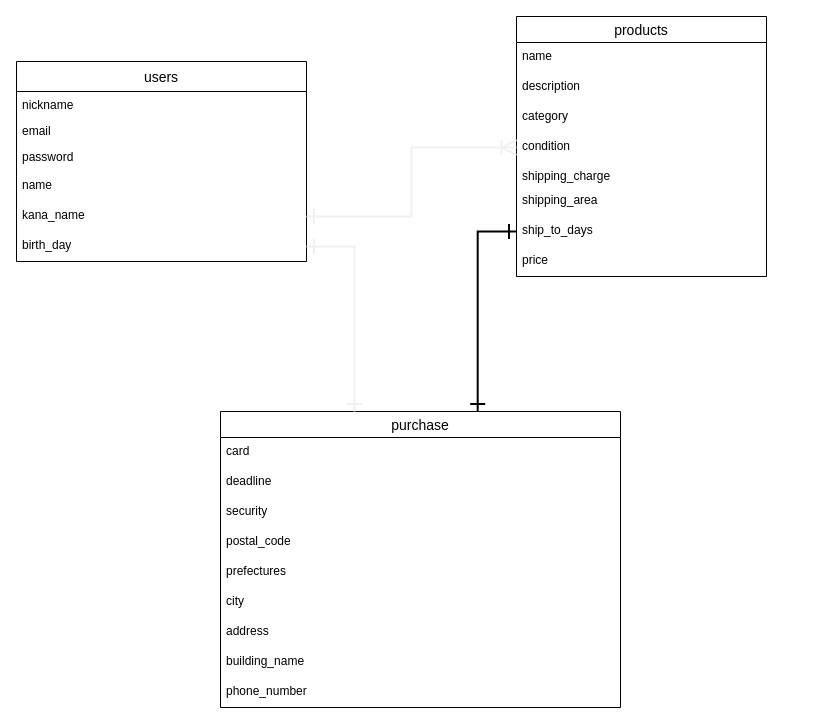
Before: test.dio in takuzoo0/furima-35226, a draw.io diagram. Source tidied: cells renumbered, new cells numbered last; positions are measured from the earlier drawing's top-left corner, leaving out a move shared by most shapes. Both pictures are drawn from the tidied source at 100%, with x=0, y=0 at pixel (16, 16).
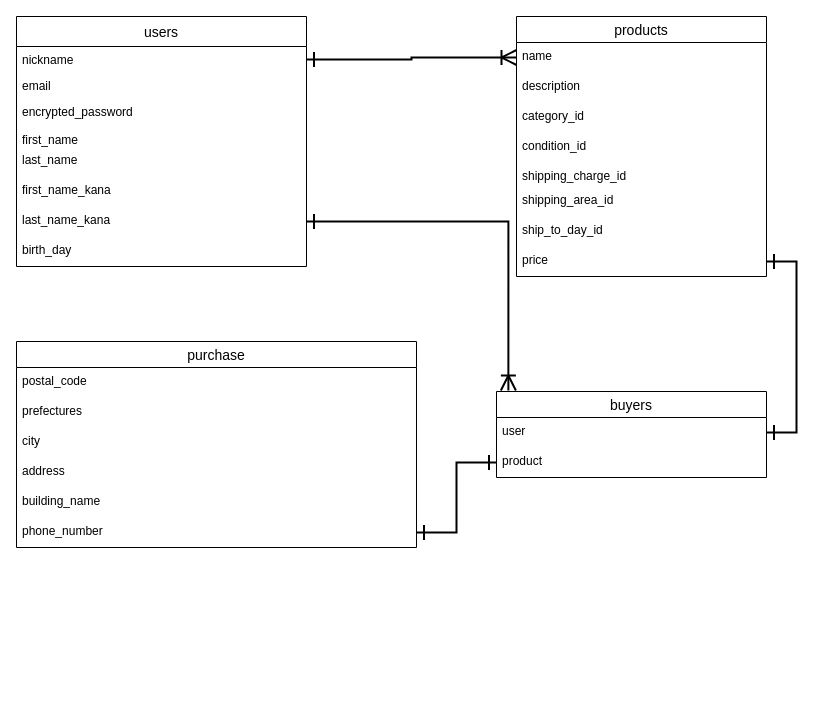
Above is the later version.

Commit message (it also covers changes not shown here):
ER図とREADMEの修正

Unchanged cells that the change refers to:
```xml
<mxCell id="3" value="nickname" style="text;strokeColor=none;fillColor=none;spacingLeft=4;spacingRight=4;overflow=hidden;points=[[0,0.5],[1,0.5]];portConstraint=eastwest;fontSize=12;" parent="2" vertex="1">
  <mxGeometry y="30" width="290" height="26" as="geometry" />
</mxCell>
<mxCell id="9" value="products" style="swimlane;fontStyle=0;horizontal=1;startSize=26;align=center;fontSize=14;" parent="1" vertex="1">
  <mxGeometry x="500" width="250" height="260" as="geometry" />
</mxCell>
<mxCell id="10" value="name" style="text;strokeColor=none;fillColor=none;spacingLeft=4;spacingRight=4;overflow=hidden;points=[[0,0.5],[1,0.5]];portConstraint=eastwest;fontSize=12;" parent="9" vertex="1">
  <mxGeometry y="26" width="250" height="30" as="geometry" />
</mxCell>
<mxCell id="17" value="price" style="text;strokeColor=none;fillColor=none;spacingLeft=4;spacingRight=4;overflow=hidden;points=[[0,0.5],[1,0.5]];portConstraint=eastwest;fontSize=12;" parent="9" vertex="1">
  <mxGeometry y="230" width="250" height="30" as="geometry" />
</mxCell>
```

Diff of the diagram source:
```diff
@@
     <mxCell id="2" value="users" style="swimlane;fontStyle=0;horizontal=1;startSize=30;align=center;fontSize=14;direction=east;" parent="1" vertex="1">
-      <mxGeometry y="45" width="290" height="200" as="geometry" />
+      <mxGeometry width="290" height="250" as="geometry" />
     </mxCell>
@@
-    <mxCell id="5" value="password" style="text;strokeColor=none;fillColor=none;spacingLeft=4;spacingRight=4;overflow=hidden;fontSize=12;" parent="2" vertex="1">
+    <mxCell id="5" value="encrypted_password" style="text;strokeColor=none;fillColor=none;spacingLeft=4;spacingRight=4;overflow=hidden;fontSize=12;" parent="2" vertex="1">
       <mxGeometry y="82" width="290" height="28" as="geometry" />
     </mxCell>
-    <mxCell id="6" value="name" style="text;strokeColor=none;fillColor=none;spacingLeft=4;spacingRight=4;overflow=hidden;fontSize=12;" parent="2" vertex="1">
-      <mxGeometry y="110" width="290" height="30" as="geometry" />
+    <mxCell id="6" value="first_name" style="text;strokeColor=none;fillColor=none;spacingLeft=4;spacingRight=4;overflow=hidden;fontSize=12;" parent="2" vertex="1">
+      <mxGeometry y="110" width="290" height="20" as="geometry" />
     </mxCell>
+    <mxCell id="31" value="last_name" style="text;strokeColor=none;fillColor=none;spacingLeft=4;spacingRight=4;overflow=hidden;fontSize=12;" parent="2" vertex="1">
+      <mxGeometry y="130" width="290" height="30" as="geometry" />
+    </mxCell>
-    <mxCell id="7" value="kana_name" style="text;strokeColor=none;fillColor=none;spacingLeft=4;spacingRight=4;overflow=hidden;points=[[0,0.5],[1,0.5]];portConstraint=eastwest;fontSize=12;" parent="2" vertex="1">
-      <mxGeometry y="140" width="290" height="30" as="geometry" />
+    <mxCell id="7" value="first_name_kana" style="text;strokeColor=none;fillColor=none;spacingLeft=4;spacingRight=4;overflow=hidden;points=[[0,0.5],[1,0.5]];portConstraint=eastwest;fontSize=12;" parent="2" vertex="1">
+      <mxGeometry y="160" width="290" height="30" as="geometry" />
     </mxCell>
+    <mxCell id="32" value="last_name_kana" style="text;strokeColor=none;fillColor=none;spacingLeft=4;spacingRight=4;overflow=hidden;points=[[0,0.5],[1,0.5]];portConstraint=eastwest;fontSize=12;" parent="2" vertex="1">
+      <mxGeometry y="190" width="290" height="30" as="geometry" />
+    </mxCell>
     <mxCell id="8" value="birth_day" style="text;strokeColor=none;fillColor=none;spacingLeft=4;spacingRight=4;overflow=hidden;points=[[0,0.5],[1,0.5]];portConstraint=eastwest;fontSize=12;" parent="2" vertex="1">
-      <mxGeometry y="170" width="290" height="30" as="geometry" />
+      <mxGeometry y="220" width="290" height="30" as="geometry" />
     </mxCell>
@@
-    <mxCell id="12" value="category" style="text;strokeColor=none;fillColor=none;spacingLeft=4;spacingRight=4;overflow=hidden;fontSize=12;" parent="9" vertex="1">
+    <mxCell id="12" value="category_id" style="text;strokeColor=none;fillColor=none;spacingLeft=4;spacingRight=4;overflow=hidden;fontSize=12;" parent="9" vertex="1">
       <mxGeometry y="86" width="250" height="30" as="geometry" />
     </mxCell>
-    <mxCell id="13" value="condition" style="text;strokeColor=none;fillColor=none;spacingLeft=4;spacingRight=4;overflow=hidden;points=[[0,0.5],[1,0.5]];portConstraint=eastwest;fontSize=12;" parent="9" vertex="1">
+    <mxCell id="13" value="condition_id" style="text;strokeColor=none;fillColor=none;spacingLeft=4;spacingRight=4;overflow=hidden;points=[[0,0.5],[1,0.5]];portConstraint=eastwest;fontSize=12;" parent="9" vertex="1">
       <mxGeometry y="116" width="250" height="30" as="geometry" />
     </mxCell>
-    <mxCell id="14" value="shipping_charge" style="text;strokeColor=none;fillColor=none;spacingLeft=4;spacingRight=4;overflow=hidden;fontSize=12;" parent="9" vertex="1">
+    <mxCell id="14" value="shipping_charge_id" style="text;strokeColor=none;fillColor=none;spacingLeft=4;spacingRight=4;overflow=hidden;fontSize=12;" parent="9" vertex="1">
       <mxGeometry y="146" width="250" height="24" as="geometry" />
     </mxCell>
-    <mxCell id="15" value="shipping_area" style="text;strokeColor=none;fillColor=none;spacingLeft=4;spacingRight=4;overflow=hidden;fontSize=12;" parent="9" vertex="1">
+    <mxCell id="15" value="shipping_area_id" style="text;strokeColor=none;fillColor=none;spacingLeft=4;spacingRight=4;overflow=hidden;fontSize=12;" parent="9" vertex="1">
       <mxGeometry y="170" width="250" height="30" as="geometry" />
     </mxCell>
-    <mxCell id="16" value="ship_to_days" style="text;strokeColor=none;fillColor=none;spacingLeft=4;spacingRight=4;overflow=hidden;points=[[0,0.5],[1,0.5]];portConstraint=eastwest;fontSize=12;" parent="9" vertex="1">
+    <mxCell id="16" value="ship_to_day_id" style="text;strokeColor=none;fillColor=none;spacingLeft=4;spacingRight=4;overflow=hidden;points=[[0,0.5],[1,0.5]];portConstraint=eastwest;fontSize=12;" parent="9" vertex="1">
       <mxGeometry y="200" width="250" height="30" as="geometry" />
     </mxCell>
@@
     <mxCell id="18" value="purchase" style="swimlane;fontStyle=0;horizontal=1;startSize=26;align=center;fontSize=14;" parent="1" vertex="1">
-      <mxGeometry x="204" y="395" width="400" height="296" as="geometry" />
+      <mxGeometry y="325" width="400" height="206" as="geometry" />
     </mxCell>
-    <mxCell id="19" value="card" style="text;strokeColor=none;fillColor=none;spacingLeft=4;spacingRight=4;overflow=hidden;fontSize=12;" parent="18" vertex="1">
-      <mxGeometry y="26" width="400" height="30" as="geometry" />
-    </mxCell>
-    <mxCell id="20" value="deadline" style="text;strokeColor=none;fillColor=none;spacingLeft=4;spacingRight=4;overflow=hidden;fontSize=12;" parent="18" vertex="1">
-      <mxGeometry y="56" width="400" height="30" as="geometry" />
-    </mxCell>
-    <mxCell id="21" value="security" style="text;strokeColor=none;fillColor=none;spacingLeft=4;spacingRight=4;overflow=hidden;fontSize=12;" parent="18" vertex="1">
-      <mxGeometry y="86" width="400" height="30" as="geometry" />
-    </mxCell>
     <mxCell id="22" value="postal_code" style="text;strokeColor=none;fillColor=none;spacingLeft=4;spacingRight=4;overflow=hidden;fontSize=12;" parent="18" vertex="1">
-      <mxGeometry y="116" width="400" height="30" as="geometry" />
+      <mxGeometry y="26" width="400" height="30" as="geometry" />
     </mxCell>
     <mxCell id="23" value="prefectures" style="text;strokeColor=none;fillColor=none;spacingLeft=4;spacingRight=4;overflow=hidden;fontSize=12;" parent="18" vertex="1">
-      <mxGeometry y="146" width="400" height="30" as="geometry" />
+      <mxGeometry y="56" width="400" height="30" as="geometry" />
     </mxCell>
     <mxCell id="24" value="city" style="text;strokeColor=none;fillColor=none;spacingLeft=4;spacingRight=4;overflow=hidden;fontSize=12;" parent="18" vertex="1">
-      <mxGeometry y="176" width="400" height="30" as="geometry" />
+      <mxGeometry y="86" width="400" height="30" as="geometry" />
     </mxCell>
     <mxCell id="25" value="address" style="text;strokeColor=none;fillColor=none;spacingLeft=4;spacingRight=4;overflow=hidden;fontSize=12;" parent="18" vertex="1">
-      <mxGeometry y="206" width="400" height="30" as="geometry" />
+      <mxGeometry y="116" width="400" height="30" as="geometry" />
     </mxCell>
     <mxCell id="26" value="building_name" style="text;strokeColor=none;fillColor=none;spacingLeft=4;spacingRight=4;overflow=hidden;fontSize=12;" parent="18" vertex="1">
-      <mxGeometry y="236" width="400" height="30" as="geometry" />
+      <mxGeometry y="146" width="400" height="30" as="geometry" />
     </mxCell>
     <mxCell id="27" value="phone_number" style="text;strokeColor=none;fillColor=none;spacingLeft=4;spacingRight=4;overflow=hidden;points=[[0,0.5],[1,0.5]];portConstraint=eastwest;fontSize=12;" parent="18" vertex="1">
-      <mxGeometry y="266" width="400" height="30" as="geometry" />
+      <mxGeometry y="176" width="400" height="30" as="geometry" />
     </mxCell>
-    <mxCell id="28" style="edgeStyle=orthogonalEdgeStyle;rounded=0;jettySize=auto;html=1;exitX=1;exitY=0.5;exitDx=0;exitDy=0;startArrow=ERone;startFill=0;endArrow=ERoneToMany;endFill=0;strokeColor=#f0f0f0;strokeWidth=2;align=center;endSize=12;startSize=12;" parent="1" edge="1" source="7" target="13">
-      <mxGeometry relative="1" as="geometry" />
-    </mxCell>
-    <mxCell id="29" style="edgeStyle=orthogonalEdgeStyle;rounded=0;jettySize=auto;html=1;exitX=1;exitY=0.5;exitDx=0;exitDy=0;startArrow=ERone;startFill=0;endArrow=ERone;endFill=0;strokeColor=#f0f0f0;strokeWidth=2;align=center;endSize=12;startSize=12;" parent="1" edge="1" source="8" target="18">
-      <mxGeometry relative="1" as="geometry">
-        <Array as="points">
-          <mxPoint x="338" y="230" />
-        </Array>
-      </mxGeometry>
-    </mxCell>
-    <mxCell id="30" style="edgeStyle=orthogonalEdgeStyle;rounded=0;jettySize=auto;html=1;exitX=0;exitY=0.5;exitDx=0;exitDy=0;entryX=0.643;entryY=0;entryDx=0;entryDy=0;entryPerimeter=0;endArrow=ERone;endFill=0;strokeWidth=2;startArrow=ERone;startFill=0;targetPerimeterSpacing=0;endSize=12;startSize=12;" parent="1" edge="1" source="16" target="18">
-      <mxGeometry relative="1" as="geometry" />
-    </mxCell>
+    <mxCell id="33" value="buyers" style="swimlane;fontStyle=0;horizontal=1;startSize=26;align=center;fontSize=14;direction=east;" parent="1" vertex="1">
+      <mxGeometry x="480" y="375" width="270" height="86" as="geometry" />
+    </mxCell>
+    <mxCell id="34" value="user" style="text;strokeColor=none;fillColor=none;spacingLeft=4;spacingRight=4;overflow=hidden;points=[[0,0.5],[1,0.5]];portConstraint=eastwest;fontSize=12;" parent="33" vertex="1">
+      <mxGeometry y="26" width="270" height="30" as="geometry" />
+    </mxCell>
+    <mxCell id="35" value="product" style="text;strokeColor=none;fillColor=none;spacingLeft=4;spacingRight=4;overflow=hidden;points=[[0,0.5],[1,0.5]];portConstraint=eastwest;fontSize=12;" parent="33" vertex="1">
+      <mxGeometry y="56" width="270" height="30" as="geometry" />
+    </mxCell>
+    <mxCell id="36" style="edgeStyle=orthogonalEdgeStyle;rounded=0;jettySize=auto;html=1;exitX=1;exitY=0.5;exitDx=0;exitDy=0;entryX=0;entryY=0.5;entryDx=0;entryDy=0;endArrow=ERoneToMany;endFill=0;startArrow=ERone;startFill=0;endSize=12;startSize=12;jumpSize=9;targetPerimeterSpacing=0;strokeWidth=2;" parent="1" edge="1" source="3" target="10">
+      <mxGeometry relative="1" as="geometry" />
+    </mxCell>
+    <mxCell id="37" style="edgeStyle=orthogonalEdgeStyle;rounded=0;jumpSize=9;jettySize=auto;html=1;exitX=1;exitY=0.5;exitDx=0;exitDy=0;entryX=0.044;entryY=-0.012;entryDx=0;entryDy=0;entryPerimeter=0;startArrow=ERone;startFill=0;startSize=12;endArrow=ERoneToMany;endFill=0;endSize=12;targetPerimeterSpacing=0;strokeWidth=2;" parent="1" edge="1" source="32" target="33">
+      <mxGeometry relative="1" as="geometry" />
+    </mxCell>
+    <mxCell id="38" style="edgeStyle=orthogonalEdgeStyle;rounded=0;jumpSize=9;jettySize=auto;html=1;exitX=1;exitY=0.5;exitDx=0;exitDy=0;entryX=1;entryY=0.5;entryDx=0;entryDy=0;startArrow=ERone;startFill=0;startSize=12;endArrow=ERone;endFill=0;endSize=12;targetPerimeterSpacing=0;strokeWidth=2;" parent="1" edge="1" source="17" target="34">
+      <mxGeometry relative="1" as="geometry" />
+    </mxCell>
+    <mxCell id="39" style="edgeStyle=orthogonalEdgeStyle;rounded=0;jumpSize=9;jettySize=auto;html=1;exitX=0;exitY=0.5;exitDx=0;exitDy=0;entryX=1;entryY=0.5;entryDx=0;entryDy=0;startArrow=ERone;startFill=0;startSize=12;endArrow=ERone;endFill=0;endSize=12;targetPerimeterSpacing=0;strokeWidth=2;" parent="1" edge="1" source="35" target="27">
+      <mxGeometry relative="1" as="geometry" />
+    </mxCell>
```
